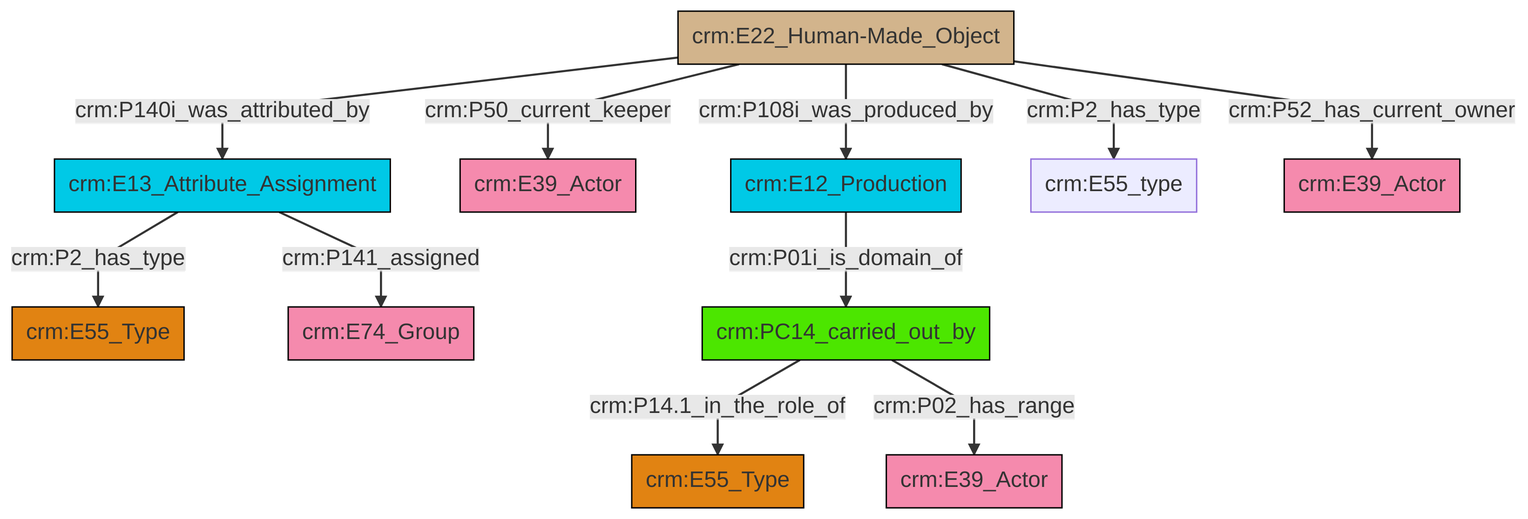
The Mermaid diagram et/artworkCSV/ttl/mmd/png/Artwork_Actor_Relations.png in swiss-art-research-net/docs.swissartresearch, before a commit. Its source is kept beside it as et/artworkCSV/ttl/mmd/Artwork_Actor_Relations.ttl.mmd.
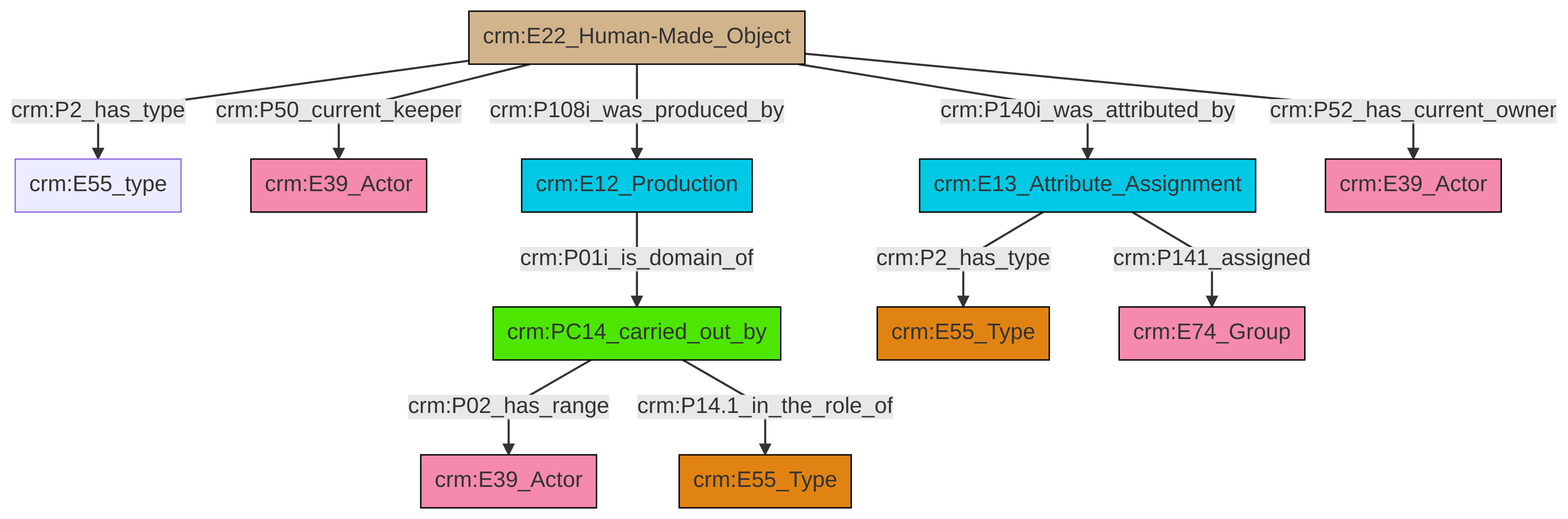
After the change.

Diff of the diagram source:
```diff
@@ -13,13 +13,13 @@
 classDef PC_Classes fill:#4ce600, stroke:#000000;
 classDef Multi fill:#cccccc,stroke:#000000;
 
-0["crm:E22_Human-Made_Object"]:::Physical_Thing -->|crm:P140i_was_attributed_by| 1["crm:E13_Attribute_Assignment"]:::Temporal_Entity
-1["crm:E13_Attribute_Assignment"]:::Temporal_Entity -->|crm:P141_assigned| 6["crm:E74_Group"]:::Actor
-0["crm:E22_Human-Made_Object"]:::Physical_Thing -->|crm:P50_current_keeper| 7["crm:E39_Actor"]:::Actor
-8["crm:PC14_carried_out_by"]:::PC_Classes -->|crm:P14.1_in_the_role_of| 9["crm:E55_Type"]:::Type
-0["crm:E22_Human-Made_Object"]:::Physical_Thing -->|crm:P108i_was_produced_by| 10["crm:E12_Production"]:::Temporal_Entity
-1["crm:E13_Attribute_Assignment"]:::Temporal_Entity -->|crm:P2_has_type| 3["crm:E55_Type"]:::Type
-0["crm:E22_Human-Made_Object"]:::Physical_Thing -->|crm:P2_has_type| 12["crm:E55_type"]:::Default
-8["crm:PC14_carried_out_by"]:::PC_Classes -->|crm:P02_has_range| 18["crm:E39_Actor"]:::Actor
-0["crm:E22_Human-Made_Object"]:::Physical_Thing -->|crm:P52_has_current_owner| 14["crm:E39_Actor"]:::Actor
-10["crm:E12_Production"]:::Temporal_Entity -->|crm:P01i_is_domain_of| 8["crm:PC14_carried_out_by"]:::PC_Classes
+2["crm:E13_Attribute_Assignment"]:::Temporal_Entity -->|crm:P2_has_type| 3["crm:E55_Type"]:::Type
+9["crm:E22_Human-Made_Object"]:::Physical_Thing -->|crm:P2_has_type| 0["crm:E55_type"]:::Default
+4["crm:PC14_carried_out_by"]:::PC_Classes -->|crm:P02_has_range| 19["crm:E39_Actor"]:::Actor
+9["crm:E22_Human-Made_Object"]:::Physical_Thing -->|crm:P50_current_keeper| 7["crm:E39_Actor"]:::Actor
+9["crm:E22_Human-Made_Object"]:::Physical_Thing -->|crm:P108i_was_produced_by| 12["crm:E12_Production"]:::Temporal_Entity
+9["crm:E22_Human-Made_Object"]:::Physical_Thing -->|crm:P140i_was_attributed_by| 2["crm:E13_Attribute_Assignment"]:::Temporal_Entity
+12["crm:E12_Production"]:::Temporal_Entity -->|crm:P01i_is_domain_of| 4["crm:PC14_carried_out_by"]:::PC_Classes
+4["crm:PC14_carried_out_by"]:::PC_Classes -->|crm:P14.1_in_the_role_of| 17["crm:E55_Type"]:::Type
+2["crm:E13_Attribute_Assignment"]:::Temporal_Entity -->|crm:P141_assigned| 10["crm:E74_Group"]:::Actor
+9["crm:E22_Human-Made_Object"]:::Physical_Thing -->|crm:P52_has_current_owner| 15["crm:E39_Actor"]:::Actor
```
